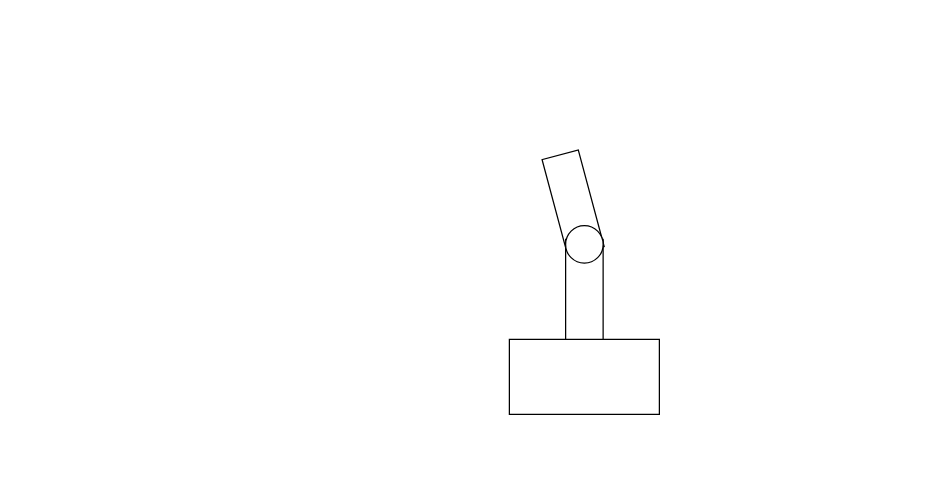
The draw.io diagram isr.drawio in kbieniekpw/drawio_projects, before the edit. Source tidied: cells renumbered, new cells numbered last; positions are measured from the earlier drawing's top-left corner, leaving out a move shared by most shapes. Both pictures are drawn from the tidied source at 125%, with x=0, y=0 at pixel (509, 152).
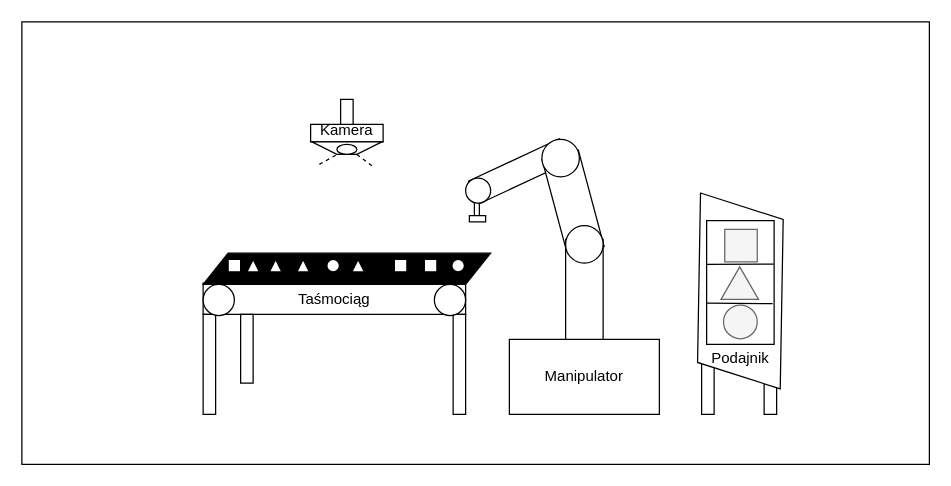
The same page after the edit.

Change to the diagram source:
```diff
@@
+    <mxCell id="6" style="rounded=0;whiteSpace=wrap;html=1;fillColor=#FFFFFF;" parent="1" vertex="1">
+      <mxGeometry x="-390" y="-105" width="726" height="354" as="geometry" />
+    </mxCell>
+    <mxCell id="7" style="rounded=0;whiteSpace=wrap;html=1;" parent="1" vertex="1">
+      <mxGeometry x="153.8" y="139.8" width="10" height="69.2" as="geometry" />
+    </mxCell>
+    <mxCell id="8" style="rounded=0;whiteSpace=wrap;html=1;" parent="1" vertex="1">
+      <mxGeometry x="203.8" y="169.8" width="10" height="39.2" as="geometry" />
+    </mxCell>
+    <mxCell id="9" style="rounded=0;whiteSpace=wrap;html=1;" parent="1" vertex="1">
+      <mxGeometry x="-28" y="30" width="4" height="20" as="geometry" />
+    </mxCell>
+    <mxCell id="10" style="rounded=0;whiteSpace=wrap;html=1;rotation=-115;" parent="1" vertex="1">
+      <mxGeometry x="-2.1" y="-25.5" width="20" height="80" as="geometry" />
+    </mxCell>
@@
+    <mxCell id="11" style="ellipse;whiteSpace=wrap;html=1;" parent="1" vertex="1">
+      <mxGeometry x="26" y="-11" width="30" height="30" as="geometry" />
+    </mxCell>
+    <mxCell id="12" style="ellipse;whiteSpace=wrap;html=1;" parent="1" vertex="1">
+      <mxGeometry x="-35" y="20" width="20" height="20" as="geometry" />
+    </mxCell>
+    <mxCell id="13" style="rounded=0;whiteSpace=wrap;html=1;" parent="1" vertex="1">
+      <mxGeometry x="-32" y="50" width="13" height="5" as="geometry" />
+    </mxCell>
+    <mxCell id="14" style="rounded=0;whiteSpace=wrap;html=1;" parent="1" vertex="1">
+      <mxGeometry x="-245" y="104" width="210" height="25" as="geometry" />
+    </mxCell>
+    <mxCell id="15" style="shape=parallelogram;perimeter=parallelogramPerimeter;whiteSpace=wrap;html=1;fixedSize=1;fillColor=#000000;" parent="1" vertex="1">
+      <mxGeometry x="-245" y="80" width="230" height="25" as="geometry" />
+    </mxCell>
+    <mxCell id="16" style="rounded=0;whiteSpace=wrap;html=1;" parent="1" vertex="1">
+      <mxGeometry x="-45" y="129" width="10" height="80" as="geometry" />
+    </mxCell>
+    <mxCell id="17" style="rounded=0;whiteSpace=wrap;html=1;" parent="1" vertex="1">
+      <mxGeometry x="-245" y="129" width="10" height="80" as="geometry" />
+    </mxCell>
+    <mxCell id="18" style="rounded=0;whiteSpace=wrap;html=1;" parent="1" vertex="1">
+      <mxGeometry x="-215" y="129" width="10" height="55" as="geometry" />
+    </mxCell>
+    <mxCell id="19" style="ellipse;whiteSpace=wrap;html=1;fillColor=#FFFFFF;" parent="1" vertex="1">
+      <mxGeometry x="-60" y="105" width="25" height="25" as="geometry" />
+    </mxCell>
+    <mxCell id="20" style="ellipse;whiteSpace=wrap;html=1;fillColor=#FFFFFF;" parent="1" vertex="1">
+      <mxGeometry x="-245" y="105" width="25" height="25" as="geometry" />
+    </mxCell>
+    <mxCell id="21" style="ellipse;whiteSpace=wrap;html=1;fillColor=#FFFFFF;" parent="1" vertex="1">
+      <mxGeometry x="-46" y="85" width="10" height="10" as="geometry" />
+    </mxCell>
+    <mxCell id="22" style="triangle;whiteSpace=wrap;html=1;fillColor=#FFFFFF;rotation=-90;" parent="1" vertex="1">
+      <mxGeometry x="-126" y="85" width="10" height="10" as="geometry" />
+    </mxCell>
+    <mxCell id="23" style="whiteSpace=wrap;html=1;fillColor=#FFFFFF;" parent="1" vertex="1">
+      <mxGeometry x="-68" y="85" width="10" height="10" as="geometry" />
+    </mxCell>
+    <mxCell id="24" style="whiteSpace=wrap;html=1;fillColor=#FFFFFF;" parent="1" vertex="1">
+      <mxGeometry x="-92" y="85" width="10" height="10" as="geometry" />
+    </mxCell>
+    <mxCell id="25" style="triangle;whiteSpace=wrap;html=1;fillColor=#FFFFFF;rotation=-90;" parent="1" vertex="1">
+      <mxGeometry x="-170" y="85" width="10" height="10" as="geometry" />
+    </mxCell>
+    <mxCell id="26" style="ellipse;whiteSpace=wrap;html=1;fillColor=#FFFFFF;" parent="1" vertex="1">
+      <mxGeometry x="-146" y="85" width="10" height="10" as="geometry" />
+    </mxCell>
+    <mxCell id="27" style="triangle;whiteSpace=wrap;html=1;fillColor=#FFFFFF;rotation=-90;" parent="1" vertex="1">
+      <mxGeometry x="-192" y="85" width="10" height="10" as="geometry" />
+    </mxCell>
+    <mxCell id="28" style="triangle;whiteSpace=wrap;html=1;fillColor=#FFFFFF;rotation=-90;" parent="1" vertex="1">
+      <mxGeometry x="-210" y="85" width="10" height="10" as="geometry" />
+    </mxCell>
+    <mxCell id="29" style="whiteSpace=wrap;html=1;fillColor=#FFFFFF;" parent="1" vertex="1">
+      <mxGeometry x="-225" y="85" width="10" height="10" as="geometry" />
+    </mxCell>
+    <mxCell id="30" style="shape=parallelogram;perimeter=parallelogramPerimeter;whiteSpace=wrap;html=1;fixedSize=1;fillColor=#FFFFFF;rotation=-89;" parent="1" vertex="1">
+      <mxGeometry x="107" y="77" width="155.6" height="66.5" as="geometry" />
+    </mxCell>
+    <mxCell id="31" style="rounded=0;whiteSpace=wrap;html=1;fillColor=#FFFFFF;rotation=-90;" parent="1" vertex="1">
+      <mxGeometry x="135.3" y="76.5" width="99" height="54" as="geometry" />
+    </mxCell>
+    <mxCell id="32" style="ellipse;whiteSpace=wrap;html=1;fillColor=#f5f5f5;fontColor=#333333;strokeColor=#666666;" parent="1" vertex="1">
+      <mxGeometry x="171.3" y="121.5" width="27" height="27" as="geometry" />
+    </mxCell>
+    <mxCell id="33" style="triangle;whiteSpace=wrap;html=1;rotation=-90;fillColor=#f5f5f5;fontColor=#333333;strokeColor=#666666;" parent="1" vertex="1">
+      <mxGeometry x="171.3" y="89" width="26" height="30" as="geometry" />
+    </mxCell>
+    <mxCell id="34" style="whiteSpace=wrap;html=1;fillColor=#f5f5f5;fontColor=#333333;strokeColor=#666666;" parent="1" vertex="1">
+      <mxGeometry x="172.3" y="61" width="26" height="26" as="geometry" />
+    </mxCell>
+    <mxCell id="35" style="endArrow=none;html=1;rounded=0;entryX=0.648;entryY=0.993;entryDx=0;entryDy=0;entryPerimeter=0;" parent="1" edge="1" target="31">
+      <mxGeometry relative="1" as="geometry">
+        <mxPoint x="157.8" y="89" as="sourcePoint" />
+      </mxGeometry>
+    </mxCell>
+    <mxCell id="36" style="endArrow=none;html=1;rounded=0;entryX=0.329;entryY=0.978;entryDx=0;entryDy=0;entryPerimeter=0;" parent="1" edge="1" target="31">
+      <mxGeometry relative="1" as="geometry">
+        <mxPoint x="157.8" y="120" as="sourcePoint" />
+      </mxGeometry>
+    </mxCell>
+    <mxCell id="37" value="Manipulator" style="text;html=1;strokeColor=none;fillColor=none;align=center;verticalAlign=middle;whiteSpace=wrap;rounded=0;" parent="1" vertex="1">
+      <mxGeometry x="30" y="164" width="60" height="30" as="geometry" />
+    </mxCell>
+    <mxCell id="38" value="Taśmociąg" style="text;html=1;strokeColor=none;fillColor=none;align=center;verticalAlign=middle;whiteSpace=wrap;rounded=0;" parent="1" vertex="1">
+      <mxGeometry x="-170" y="101.5" width="60" height="30" as="geometry" />
+    </mxCell>
+    <mxCell id="39" value="Podajnik" style="text;html=1;strokeColor=none;fillColor=none;align=center;verticalAlign=middle;whiteSpace=wrap;rounded=0;" parent="1" vertex="1">
+      <mxGeometry x="154.8" y="148.5" width="60" height="30" as="geometry" />
+    </mxCell>
+    <mxCell id="40" style="rounded=0;whiteSpace=wrap;html=1;fillColor=#FFFFFF;" parent="1" vertex="1">
+      <mxGeometry x="-159" y="-23" width="58" height="14" as="geometry" />
+    </mxCell>
+    <mxCell id="41" style="rounded=0;whiteSpace=wrap;html=1;fillColor=#FFFFFF;" parent="1" vertex="1">
+      <mxGeometry x="-135" y="-43" width="10" height="20" as="geometry" />
+    </mxCell>
+    <mxCell id="42" style="shape=trapezoid;perimeter=trapezoidPerimeter;whiteSpace=wrap;html=1;fixedSize=1;fillColor=#FFFFFF;rotation=-180;" parent="1" vertex="1">
+      <mxGeometry x="-158" y="-9" width="56" height="10" as="geometry" />
+    </mxCell>
+    <mxCell id="43" style="ellipse;whiteSpace=wrap;html=1;fillColor=#FFFFFF;" parent="1" vertex="1">
+      <mxGeometry x="-138" y="-7" width="16" height="8" as="geometry" />
+    </mxCell>
+    <mxCell id="44" style="endArrow=none;dashed=1;html=1;rounded=0;" parent="1" edge="1">
+      <mxGeometry relative="1" as="geometry">
+        <mxPoint x="-152" y="9" as="sourcePoint" />
+        <mxPoint x="-136" as="targetPoint" />
+      </mxGeometry>
+    </mxCell>
+    <mxCell id="45" style="endArrow=none;dashed=1;html=1;rounded=0;" parent="1" edge="1">
+      <mxGeometry relative="1" as="geometry">
+        <mxPoint x="-110" y="10" as="sourcePoint" />
+        <mxPoint x="-122" y="1" as="targetPoint" />
+      </mxGeometry>
+    </mxCell>
+    <mxCell id="46" value="Kamera" style="text;html=1;strokeColor=none;fillColor=none;align=center;verticalAlign=middle;whiteSpace=wrap;rounded=0;" parent="1" vertex="1">
+      <mxGeometry x="-160" y="-33" width="60" height="30" as="geometry" />
+    </mxCell>
```
